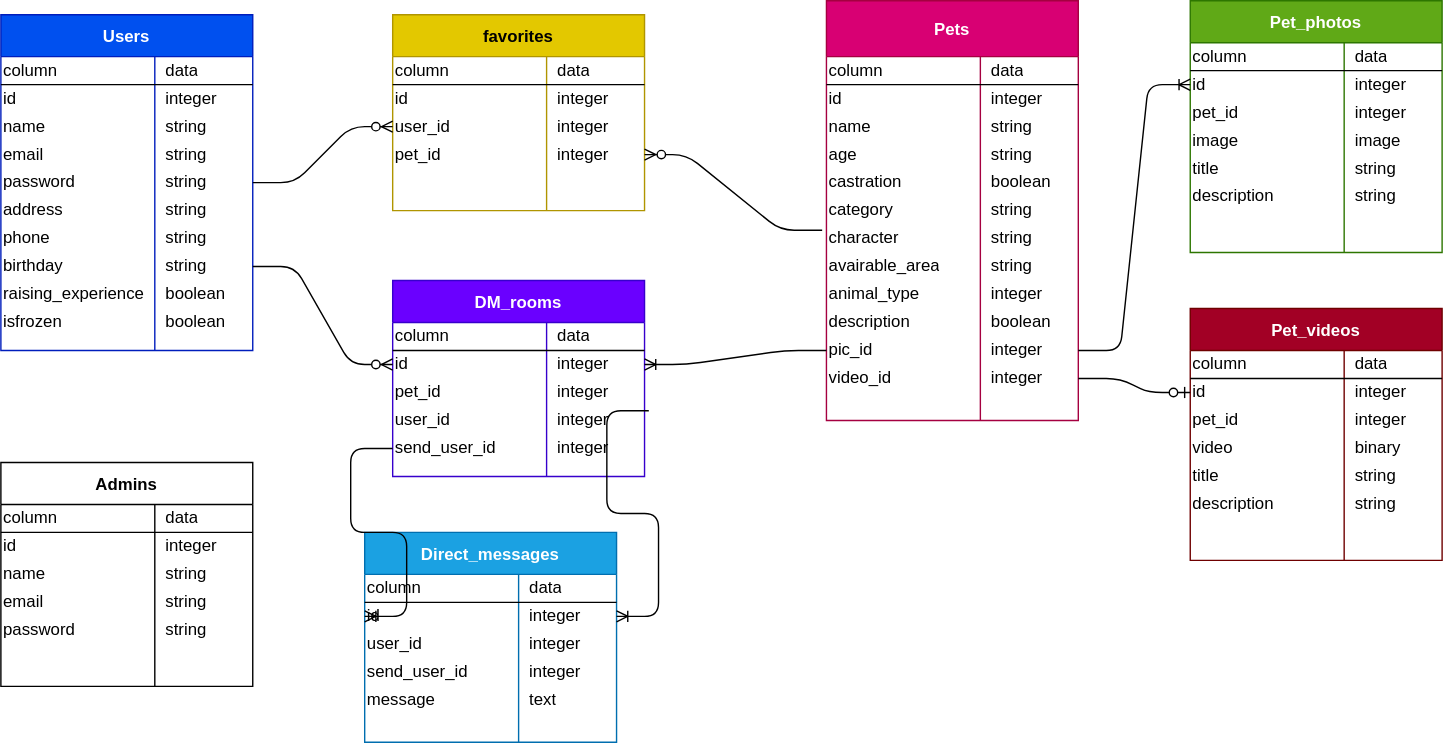
Above: rubyemon.drawio.svg in yosnak13/rubyemon_entity_relationship_diagram (draw.io), before the change. Source tidied: cells renumbered, new cells last; positions are measured from the earlier drawing's top-left corner, leaving out a move shared by most shapes.
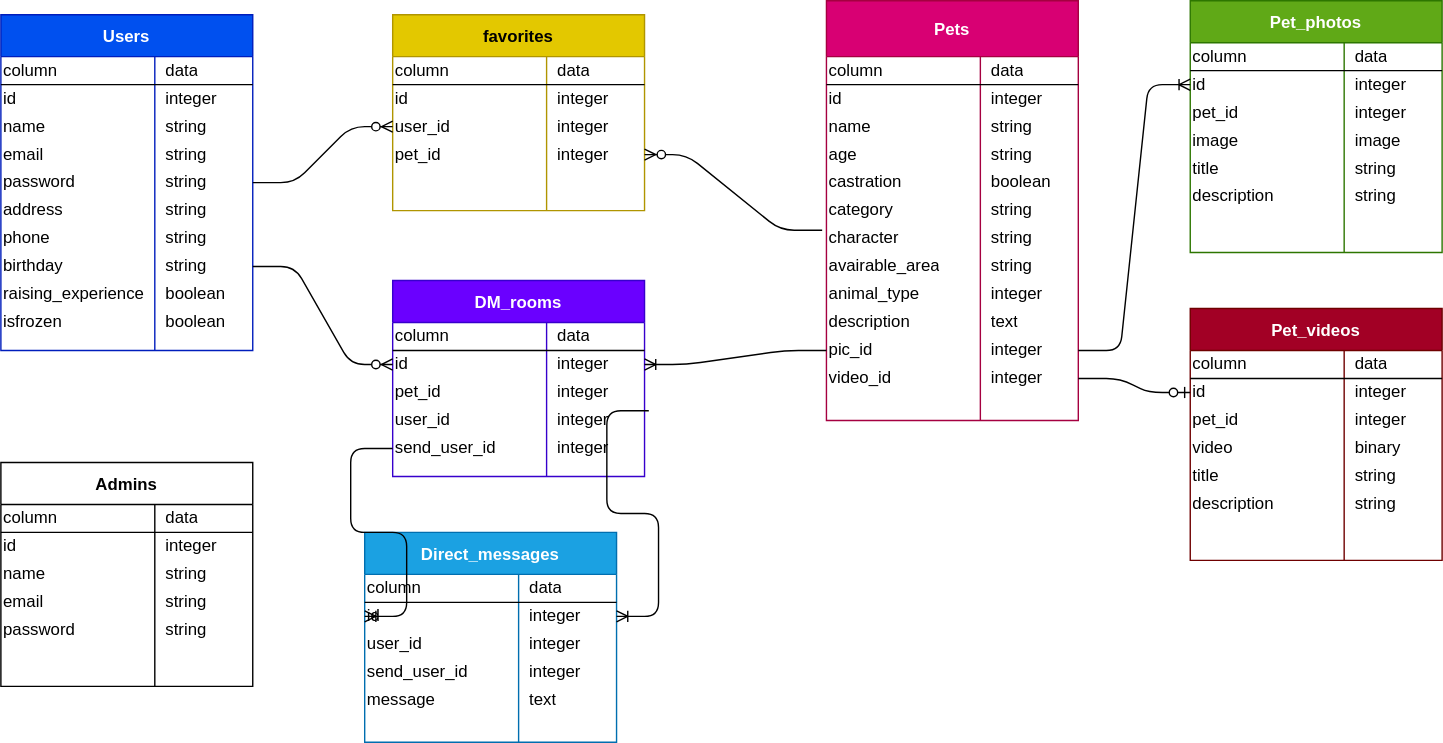
After the change.

Commit message:
potsテーブルのdescriptionをtext型に修正

Change to the diagram source:
```diff
@@ -185,7 +185,7 @@
     <mxCell id="62" value="description" style="shape=partialRectangle;html=1;whiteSpace=wrap;fillColor=none;top=0;left=0;bottom=0;right=0;overflow=hidden;align=left;" parent="61" vertex="1">
       <mxGeometry width="110" height="20" as="geometry" />
     </mxCell>
-    <mxCell id="63" value="boolean" style="shape=partialRectangle;html=1;whiteSpace=wrap;fillColor=none;top=0;left=0;bottom=0;right=0;align=left;spacingLeft=6;overflow=hidden;" parent="61" vertex="1">
+    <mxCell id="63" value="text" style="shape=partialRectangle;html=1;whiteSpace=wrap;fillColor=none;top=0;left=0;bottom=0;right=0;align=left;spacingLeft=6;overflow=hidden;" parent="61" vertex="1">
       <mxGeometry x="110" width="70" height="20" as="geometry" />
     </mxCell>
     <mxCell id="64" style="shape=partialRectangle;html=1;whiteSpace=wrap;fillColor=none;top=0;left=0;bottom=0;right=0;points=[[0,0.5],[1,0.5]];portConstraint=eastwest;" parent="33" vertex="1">
```
